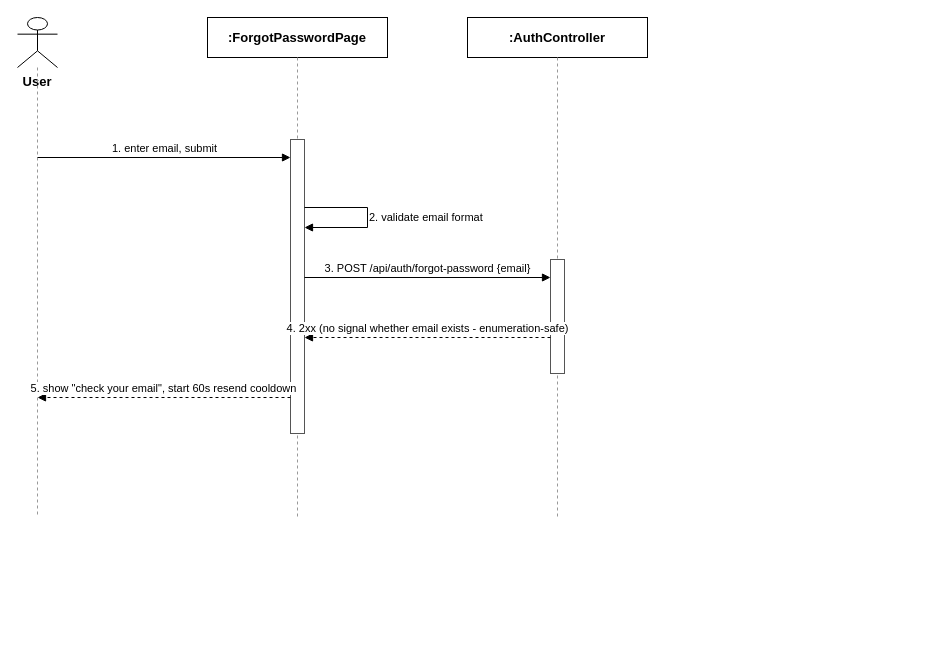
The draw.io diagram docs/qa/Hien_SequenceDiagram/3.1.5_Forgot_Password.drawio in tulklk/AI_Interview_Question_Generation_RAG_LLM_FE, before the edit. Source tidied: cells renumbered, new cells numbered last; positions are measured from the earlier drawing's top-left corner, leaving out a move shared by most shapes. Both pictures are drawn from the tidied source at 100%, with x=0, y=0 at pixel (17, 17).
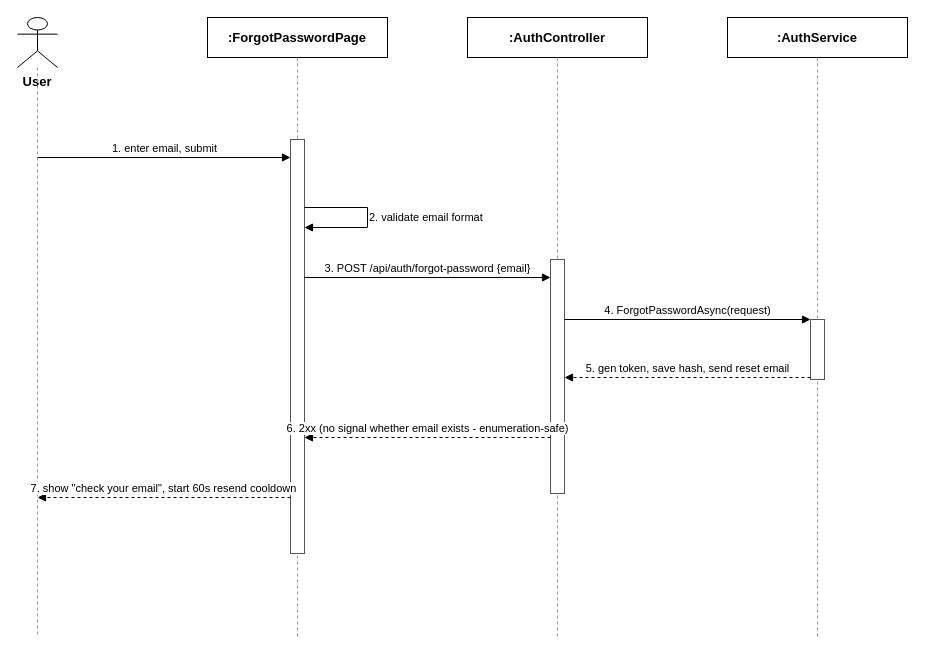
The same diagram, later.

Commit message:
docs(qa): add the AuthService step to Forgot Password diagram for consistency

Was jumping straight from Controller to a bare "2xx" like the pre-fix
Logout diagram. Added the real ForgotPasswordAsync call and its token-
generation/email-send step.

Change to the diagram source:
```diff
@@
     <mxCell id="3" style="endArrow=none;dashed=1;html=1;strokeColor=#999999;" parent="1" edge="1">
       <mxGeometry relative="1" as="geometry">
         <mxPoint x="20" y="50" as="sourcePoint" />
-        <mxPoint x="20" y="500" as="targetPoint" />
+        <mxPoint x="20" y="620" as="targetPoint" />
       </mxGeometry>
     </mxCell>
@@
     <mxCell id="5" style="endArrow=none;dashed=1;html=1;strokeColor=#999999;" parent="1" edge="1">
       <mxGeometry relative="1" as="geometry">
         <mxPoint x="280" y="40" as="sourcePoint" />
-        <mxPoint x="280" y="500" as="targetPoint" />
+        <mxPoint x="280" y="620" as="targetPoint" />
       </mxGeometry>
     </mxCell>
@@
     <mxCell id="7" style="endArrow=none;dashed=1;html=1;strokeColor=#999999;" parent="1" edge="1">
       <mxGeometry relative="1" as="geometry">
         <mxPoint x="540" y="40" as="sourcePoint" />
-        <mxPoint x="540" y="500" as="targetPoint" />
+        <mxPoint x="540" y="620" as="targetPoint" />
       </mxGeometry>
     </mxCell>
+    <mxCell id="15" value=":AuthService" style="rounded=0;whiteSpace=wrap;html=1;fontSize=13;fillColor=#ffffff;strokeColor=#000000;fontStyle=1;" parent="1" vertex="1">
+      <mxGeometry x="710" width="180" height="40" as="geometry" />
+    </mxCell>
+    <mxCell id="16" style="endArrow=none;dashed=1;html=1;strokeColor=#999999;" parent="1" edge="1">
+      <mxGeometry relative="1" as="geometry">
+        <mxPoint x="800" y="40" as="sourcePoint" />
+        <mxPoint x="800" y="620" as="targetPoint" />
+      </mxGeometry>
+    </mxCell>
     <mxCell id="8" style="rounded=0;whiteSpace=wrap;html=1;fillColor=#ffffff;strokeColor=#555555;" parent="1" vertex="1">
-      <mxGeometry x="273" y="122" width="14" height="294" as="geometry" />
+      <mxGeometry x="273" y="122" width="14" height="414" as="geometry" />
     </mxCell>
     <mxCell id="9" style="rounded=0;whiteSpace=wrap;html=1;fillColor=#ffffff;strokeColor=#555555;" parent="1" vertex="1">
-      <mxGeometry x="533" y="242" width="14" height="114" as="geometry" />
+      <mxGeometry x="533" y="242" width="14" height="234" as="geometry" />
     </mxCell>
+    <mxCell id="17" style="rounded=0;whiteSpace=wrap;html=1;fillColor=#ffffff;strokeColor=#555555;" parent="1" vertex="1">
+      <mxGeometry x="793" y="302" width="14" height="60" as="geometry" />
+    </mxCell>
@@
+    <mxCell id="18" value="4. ForgotPasswordAsync(request)" style="endArrow=block;endFill=1;html=1;fontSize=11;align=center;verticalAlign=bottom;labelBackgroundColor=#ffffff;strokeColor=#000000;" parent="1" edge="1">
+      <mxGeometry relative="1" as="geometry">
+        <mxPoint x="547" y="302" as="sourcePoint" />
+        <mxPoint x="793" y="302" as="targetPoint" />
+      </mxGeometry>
+    </mxCell>
+    <mxCell id="19" value="5. gen token, save hash, send reset email" style="endArrow=block;endFill=1;html=1;dashed=1;fontSize=11;align=center;verticalAlign=bottom;labelBackgroundColor=#ffffff;strokeColor=#000000;" parent="1" edge="1">
+      <mxGeometry relative="1" as="geometry">
+        <mxPoint x="793" y="360" as="sourcePoint" />
+        <mxPoint x="547" y="360" as="targetPoint" />
+      </mxGeometry>
+    </mxCell>
-    <mxCell id="13" value="4. 2xx (no signal whether email exists - enumeration-safe)" style="endArrow=block;endFill=1;html=1;dashed=1;fontSize=11;align=center;verticalAlign=bottom;labelBackgroundColor=#ffffff;strokeColor=#000000;" parent="1" edge="1">
+    <mxCell id="13" value="6. 2xx (no signal whether email exists - enumeration-safe)" style="endArrow=block;endFill=1;html=1;dashed=1;fontSize=11;align=center;verticalAlign=bottom;labelBackgroundColor=#ffffff;strokeColor=#000000;" parent="1" edge="1">
       <mxGeometry relative="1" as="geometry">
-        <mxPoint x="533" y="320" as="sourcePoint" />
-        <mxPoint x="287" y="320" as="targetPoint" />
+        <mxPoint x="533" y="420" as="sourcePoint" />
+        <mxPoint x="287" y="420" as="targetPoint" />
       </mxGeometry>
     </mxCell>
-    <mxCell id="14" value="5. show &quot;check your email&quot;, start 60s resend cooldown" style="endArrow=block;endFill=1;html=1;dashed=1;fontSize=11;align=center;verticalAlign=bottom;labelBackgroundColor=#ffffff;strokeColor=#000000;" parent="1" edge="1">
+    <mxCell id="14" value="7. show &quot;check your email&quot;, start 60s resend cooldown" style="endArrow=block;endFill=1;html=1;dashed=1;fontSize=11;align=center;verticalAlign=bottom;labelBackgroundColor=#ffffff;strokeColor=#000000;" parent="1" edge="1">
       <mxGeometry relative="1" as="geometry">
-        <mxPoint x="273" y="380" as="sourcePoint" />
-        <mxPoint x="20" y="380" as="targetPoint" />
+        <mxPoint x="273" y="480" as="sourcePoint" />
+        <mxPoint x="20" y="480" as="targetPoint" />
       </mxGeometry>
     </mxCell>
```
